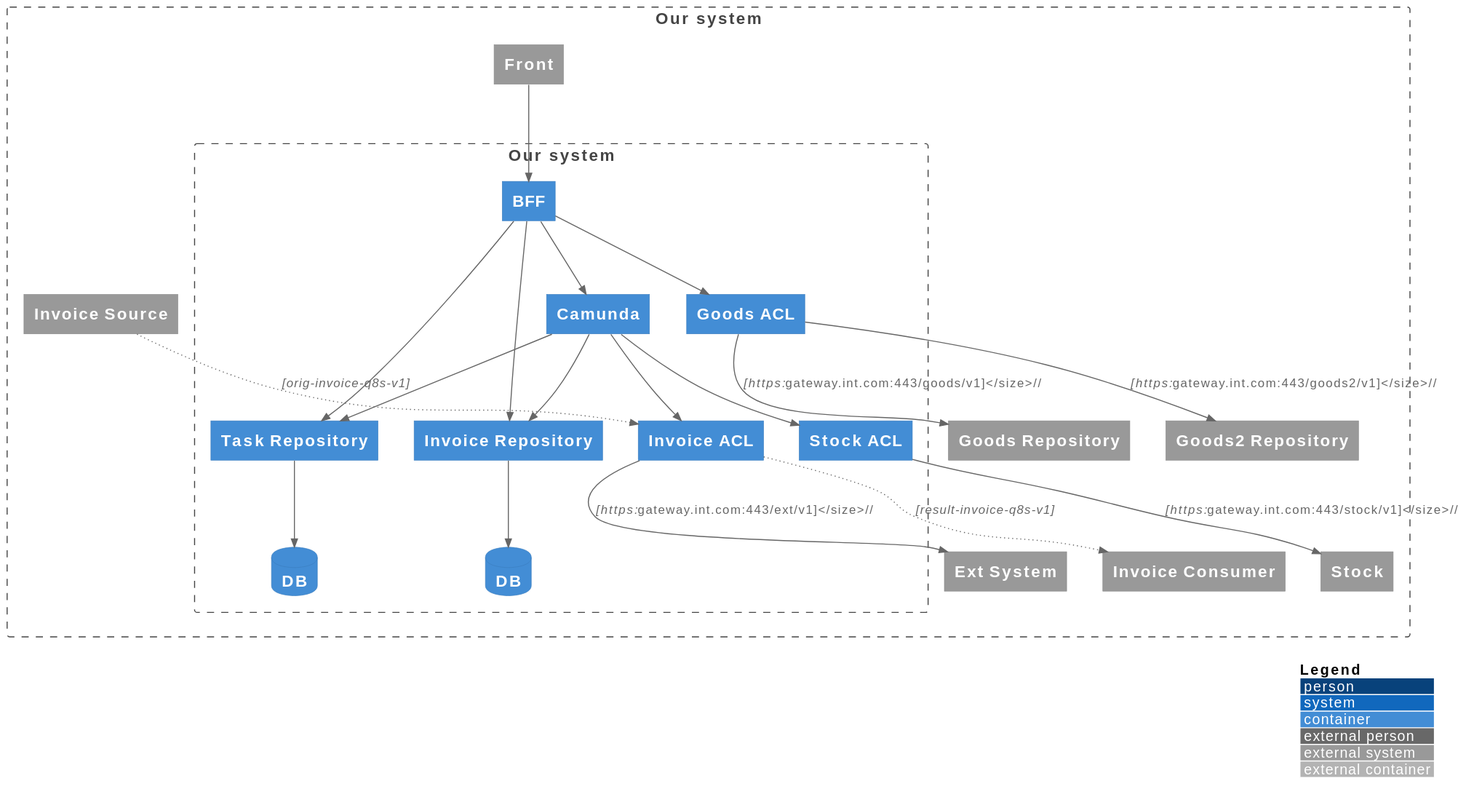
Earlier version of the PlantUML export resources/architecture/generated.svg (ChS23/aact). Source of this version:
```plantuml
@startuml
!include https://raw.githubusercontent.com/plantuml-stdlib/C4-PlantUML/master/C4_Container.puml
LAYOUT_WITH_LEGEND()
AddRelTag("async", $lineStyle = DottedLine())

Boundary(project, "Our system") {
  Boundary(our_system, "Our system") {
    Container(bff, "BFF")
    Container(goods_acl, "Goods ACL", $tags="acl")
    Container(camunda, "Camunda")
    Container(task_repository, "Task Repository", $tags="repo")
    Container(invoice_repository, "Invoice Repository", $tags="repo")
    Container(invoice_acl, "Invoice ACL", $tags="acl")
    Container(stock_acl, "Stock ACL", $tags="acl")
    ContainerDb(task_repository_db, "DB")
    ContainerDb(invoice_repository_db, "DB")
  }
  System_Ext(ext_system, "Ext System")
  System_Ext(front, "Front")
  System_Ext(goods_repository, "Goods Repository")
  System_Ext(goods2_repository, "Goods2 Repository")
  System_Ext(invoice_dest, "Invoice Consumer")
  System_Ext(invoice_source, "Invoice Source")
  System_Ext(stock, "Stock")
}

Rel(bff, camunda, "")
Rel(bff, goods_acl, "")
Rel(bff, task_repository, "")
Rel(bff, invoice_repository, "")
Rel(camunda, stock_acl, "")
Rel(camunda, task_repository, "")
Rel(camunda, invoice_repository, "")
Rel(camunda, invoice_acl, "")
Rel(front, bff, "")
Rel(goods_acl, goods_repository, "", "https://gateway.int.com:443/goods/v1")
Rel(goods_acl, goods2_repository, "", "https://gateway.int.com:443/goods2/v1")
Rel(invoice_acl, invoice_dest, "", "result-invoice-q8s-v1", $tags="async")
Rel(invoice_acl, ext_system, "", "https://gateway.int.com:443/ext/v1")
Rel(invoice_repository, invoice_repository_db, "")
Rel(invoice_source, invoice_acl, "", "orig-invoice-q8s-v1", $tags="async")
Rel(stock_acl, stock, "", "https://gateway.int.com:443/stock/v1")
Rel(task_repository, task_repository_db, "")
@enduml
```
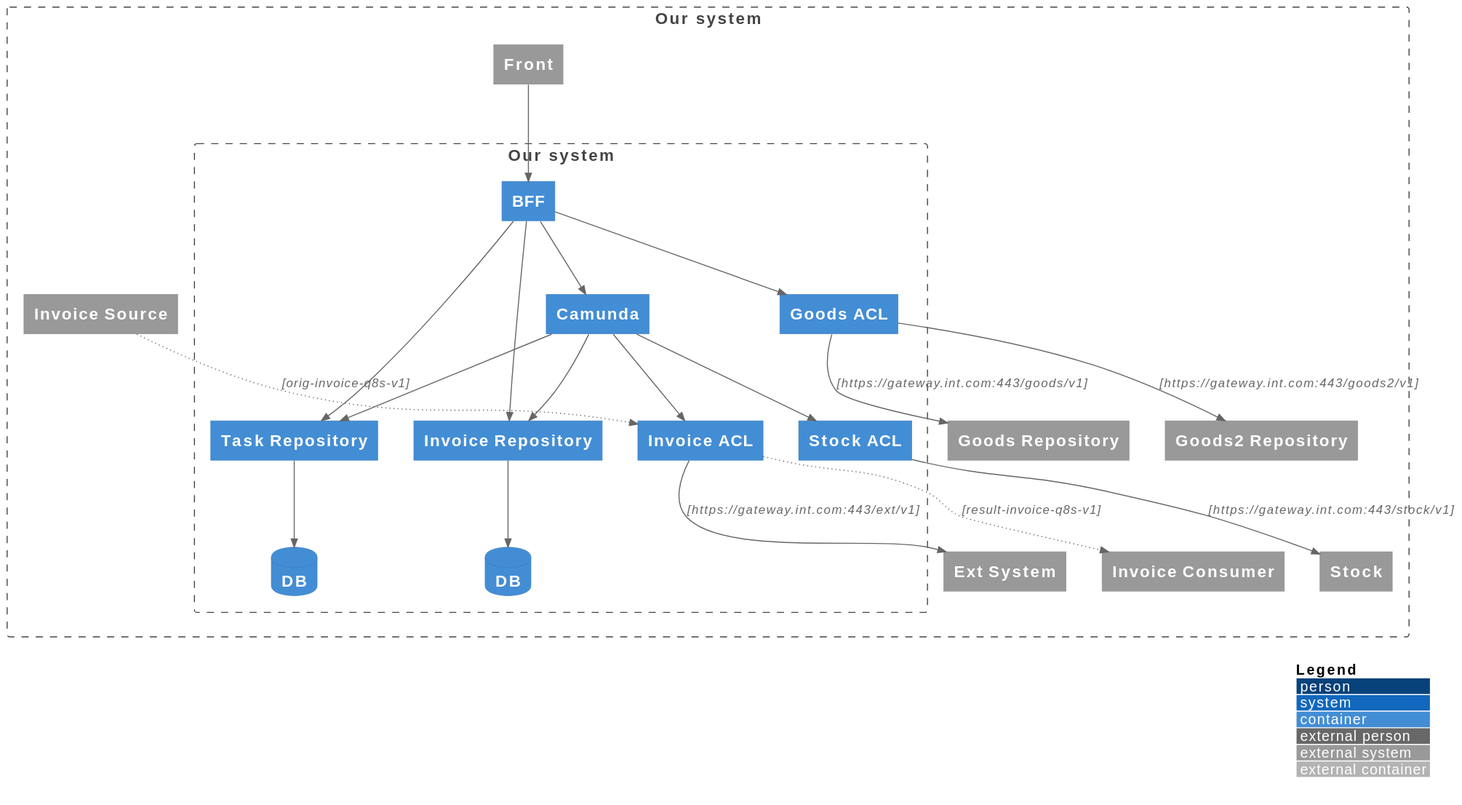
The same diagram one commit later.

Change to the diagram source:
```diff
@@ -33,12 +33,12 @@
 Rel(camunda, invoice_repository, "")
 Rel(camunda, invoice_acl, "")
 Rel(front, bff, "")
-Rel(goods_acl, goods_repository, "", "https://gateway.int.com:443/goods/v1")
-Rel(goods_acl, goods2_repository, "", "https://gateway.int.com:443/goods2/v1")
+Rel(goods_acl, goods_repository, "", "https:~/~/gateway.int.com:443/goods/v1")
+Rel(goods_acl, goods2_repository, "", "https:~/~/gateway.int.com:443/goods2/v1")
 Rel(invoice_acl, invoice_dest, "", "result-invoice-q8s-v1", $tags="async")
-Rel(invoice_acl, ext_system, "", "https://gateway.int.com:443/ext/v1")
+Rel(invoice_acl, ext_system, "", "https:~/~/gateway.int.com:443/ext/v1")
 Rel(invoice_repository, invoice_repository_db, "")
 Rel(invoice_source, invoice_acl, "", "orig-invoice-q8s-v1", $tags="async")
-Rel(stock_acl, stock, "", "https://gateway.int.com:443/stock/v1")
+Rel(stock_acl, stock, "", "https:~/~/gateway.int.com:443/stock/v1")
 Rel(task_repository, task_repository_db, "")
 @enduml
```
